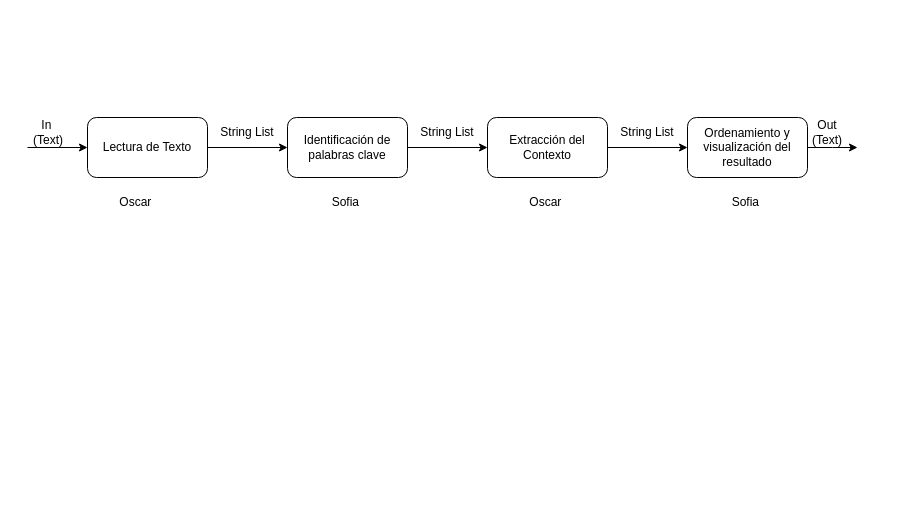
Above: Diagramas/Pipes & FIlters.drawio in Oscarfdo/Proyectos-Conjuntos (draw.io), before the change. Source tidied: cells renumbered, new cells numbered last; positions are measured from the earlier drawing's top-left corner, leaving out a move shared by most shapes. Both pictures are drawn from the tidied source at 100%, with x=0, y=0 at pixel (18, 117).
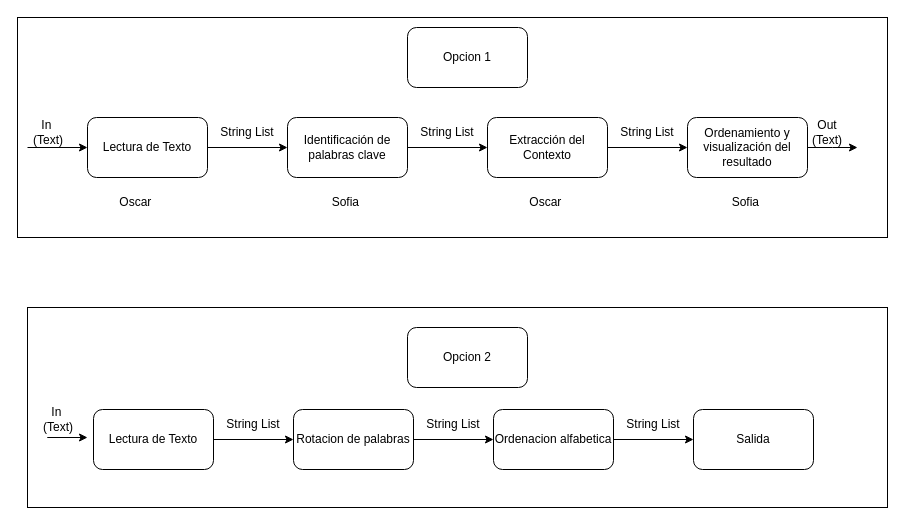
After the change.

Diff of the diagram source:
```diff
@@
+    <mxCell id="20" style="edgeStyle=orthogonalEdgeStyle;rounded=0;jettySize=auto;html=1;exitX=1;exitY=0.5;exitDx=0;exitDy=0;entryX=0;entryY=0.5;entryDx=0;entryDy=0;" parent="1" edge="1" source="21" target="23">
+      <mxGeometry relative="1" as="geometry" />
+    </mxCell>
+    <mxCell id="21" value="Lectura de Texto" style="rounded=1;whiteSpace=wrap;html=1;" parent="1" vertex="1">
+      <mxGeometry x="75" y="292" width="120" height="60" as="geometry" />
+    </mxCell>
+    <mxCell id="22" style="edgeStyle=orthogonalEdgeStyle;rounded=0;jettySize=auto;html=1;exitX=1;exitY=0.5;exitDx=0;exitDy=0;entryX=0;entryY=0.5;entryDx=0;entryDy=0;" parent="1" edge="1" source="23" target="25">
+      <mxGeometry relative="1" as="geometry" />
+    </mxCell>
+    <mxCell id="23" value="Rotacion de palabras" style="rounded=1;whiteSpace=wrap;html=1;" parent="1" vertex="1">
+      <mxGeometry x="275" y="292" width="120" height="60" as="geometry" />
+    </mxCell>
+    <mxCell id="24" style="edgeStyle=orthogonalEdgeStyle;rounded=0;jettySize=auto;html=1;exitX=1;exitY=0.5;exitDx=0;exitDy=0;" parent="1" edge="1" source="25" target="26">
+      <mxGeometry relative="1" as="geometry" />
+    </mxCell>
+    <mxCell id="25" value="Ordenacion alfabetica" style="rounded=1;whiteSpace=wrap;html=1;" parent="1" vertex="1">
+      <mxGeometry x="475" y="292" width="120" height="60" as="geometry" />
+    </mxCell>
+    <mxCell id="26" value="Salida" style="rounded=1;whiteSpace=wrap;html=1;" parent="1" vertex="1">
+      <mxGeometry x="675" y="292" width="120" height="60" as="geometry" />
+    </mxCell>
+    <mxCell id="27" value="String List" style="text;html=1;align=center;verticalAlign=middle;whiteSpace=wrap;rounded=0;" parent="1" vertex="1">
+      <mxGeometry x="205" y="292" width="60" height="30" as="geometry" />
+    </mxCell>
+    <mxCell id="28" value="String List" style="text;html=1;align=center;verticalAlign=middle;whiteSpace=wrap;rounded=0;" parent="1" vertex="1">
+      <mxGeometry x="405" y="292" width="60" height="30" as="geometry" />
+    </mxCell>
+    <mxCell id="29" value="String List" style="text;html=1;align=center;verticalAlign=middle;whiteSpace=wrap;rounded=0;" parent="1" vertex="1">
+      <mxGeometry x="605" y="292" width="60" height="30" as="geometry" />
+    </mxCell>
+    <mxCell id="30" value="In&amp;nbsp;&lt;div&gt;(Text)&lt;/div&gt;" style="text;html=1;align=center;verticalAlign=middle;whiteSpace=wrap;rounded=0;" parent="1" vertex="1">
+      <mxGeometry x="10" y="287" width="60" height="30" as="geometry" />
+    </mxCell>
+    <mxCell id="31" style="rounded=0;whiteSpace=wrap;html=1;fillColor=none;" parent="1" vertex="1">
+      <mxGeometry x="-1" y="-100" width="870" height="220" as="geometry" />
+    </mxCell>
+    <mxCell id="32" value="Opcion 1" style="rounded=1;whiteSpace=wrap;html=1;fillColor=none;" parent="1" vertex="1">
+      <mxGeometry x="389" y="-90" width="120" height="60" as="geometry" />
+    </mxCell>
+    <mxCell id="33" style="rounded=0;whiteSpace=wrap;html=1;fillColor=none;" parent="1" vertex="1">
+      <mxGeometry x="9" y="190" width="860" height="200" as="geometry" />
+    </mxCell>
+    <mxCell id="34" value="Opcion 2" style="rounded=1;whiteSpace=wrap;html=1;fillColor=none;" parent="1" vertex="1">
+      <mxGeometry x="389" y="210" width="120" height="60" as="geometry" />
+    </mxCell>
+    <mxCell id="35" style="endArrow=classic;html=1;exitX=0.023;exitY=0.65;exitDx=0;exitDy=0;exitPerimeter=0;" parent="1" edge="1" source="33">
+      <mxGeometry relative="1" as="geometry">
+        <mxPoint x="69" y="320" as="targetPoint" />
+      </mxGeometry>
+    </mxCell>
```
